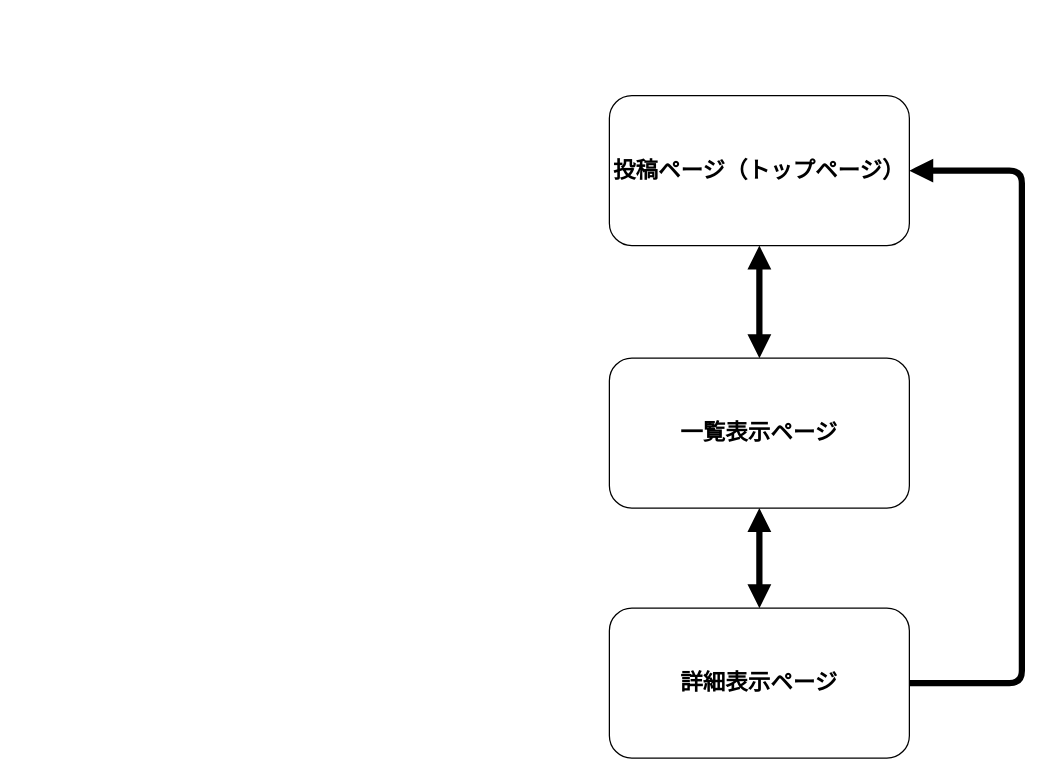
Above: sennizu.dio in yominmirin/todomemo-45757 (draw.io), before the change. Source tidied: cells renumbered, new cells numbered last; positions are measured from the earlier drawing's top-left corner, leaving out a move shared by most shapes. Both pictures are drawn from the tidied source at 125%, with x=0, y=0 at pixel (609, 95).
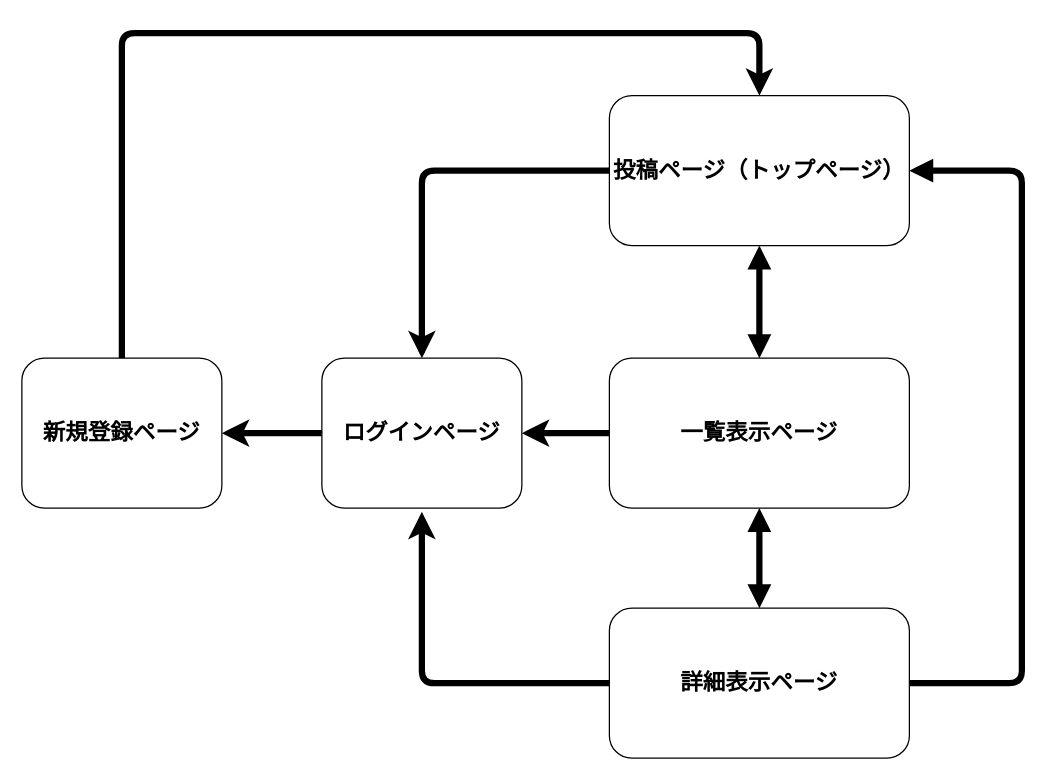
The same page after the edit.

The change refers to these unchanged cells:
```xml
<mxCell id="3" value="&lt;font style=&quot;font-size: 18px;&quot;&gt;&lt;b&gt;投稿ページ（トップページ）&lt;/b&gt;&lt;/font&gt;" style="rounded=1;whiteSpace=wrap;html=1;" parent="1" vertex="1">
  <mxGeometry width="240" height="120" as="geometry" />
</mxCell>
<mxCell id="4" value="&lt;span style=&quot;font-size: 18px;&quot;&gt;&lt;b&gt;一覧表示ページ&lt;/b&gt;&lt;/span&gt;" style="rounded=1;whiteSpace=wrap;html=1;" parent="1" vertex="1">
  <mxGeometry y="210" width="240" height="120" as="geometry" />
</mxCell>
<mxCell id="7" value="&lt;font style=&quot;font-size: 18px;&quot;&gt;&lt;b&gt;詳細表示ページ&lt;/b&gt;&lt;/font&gt;" style="rounded=1;whiteSpace=wrap;html=1;" parent="1" vertex="1">
  <mxGeometry y="410" width="240" height="120" as="geometry" />
</mxCell>
```

Diff of the diagram source:
```diff
@@
-<mxGraphModel>
+<mxGraphModel background="#FFFFFF">
@@
+    <mxCell id="8" style="edgeStyle=none;html=1;entryX=1;entryY=0.5;entryDx=0;entryDy=0;strokeWidth=5;" parent="1" edge="1" source="4" target="10">
+      <mxGeometry relative="1" as="geometry" />
+    </mxCell>
@@
+    <mxCell id="9" style="edgeStyle=none;html=1;entryX=1;entryY=0.5;entryDx=0;entryDy=0;strokeWidth=5;" parent="1" edge="1" source="10" target="14">
+      <mxGeometry relative="1" as="geometry" />
+    </mxCell>
+    <mxCell id="10" value="&lt;span style=&quot;font-size: 18px;&quot;&gt;&lt;b&gt;ログインページ&lt;/b&gt;&lt;/span&gt;" style="rounded=1;whiteSpace=wrap;html=1;" parent="1" vertex="1">
+      <mxGeometry x="-230" y="210" width="160" height="120" as="geometry" />
+    </mxCell>
+    <mxCell id="11" style="edgeStyle=orthogonalEdgeStyle;html=1;exitX=0;exitY=0.5;exitDx=0;exitDy=0;strokeWidth=5;" parent="1" edge="1" source="3">
+      <mxGeometry relative="1" as="geometry">
+        <mxPoint x="-150" y="210" as="targetPoint" />
+        <Array as="points">
+          <mxPoint x="-150" y="60" />
+          <mxPoint x="-150" y="208" />
+        </Array>
+      </mxGeometry>
+    </mxCell>
+    <mxCell id="12" style="edgeStyle=orthogonalEdgeStyle;html=1;strokeWidth=5;" parent="1" edge="1" source="7">
+      <mxGeometry relative="1" as="geometry">
+        <mxPoint x="-150" y="333" as="targetPoint" />
+        <Array as="points">
+          <mxPoint x="-150" y="470" />
+          <mxPoint x="-150" y="333" />
+        </Array>
+      </mxGeometry>
+    </mxCell>
+    <mxCell id="13" style="edgeStyle=orthogonalEdgeStyle;html=1;exitX=0.5;exitY=0;exitDx=0;exitDy=0;entryX=0.5;entryY=0;entryDx=0;entryDy=0;strokeWidth=5;" parent="1" edge="1" source="14" target="3">
+      <mxGeometry relative="1" as="geometry">
+        <Array as="points">
+          <mxPoint x="-390" y="-50" />
+          <mxPoint x="120" y="-50" />
+        </Array>
+      </mxGeometry>
+    </mxCell>
+    <mxCell id="14" value="&lt;span style=&quot;font-size: 18px;&quot;&gt;&lt;b&gt;新規登録ページ&lt;/b&gt;&lt;/span&gt;" style="rounded=1;whiteSpace=wrap;html=1;" parent="1" vertex="1">
+      <mxGeometry x="-470" y="210" width="160" height="120" as="geometry" />
+    </mxCell>
```
